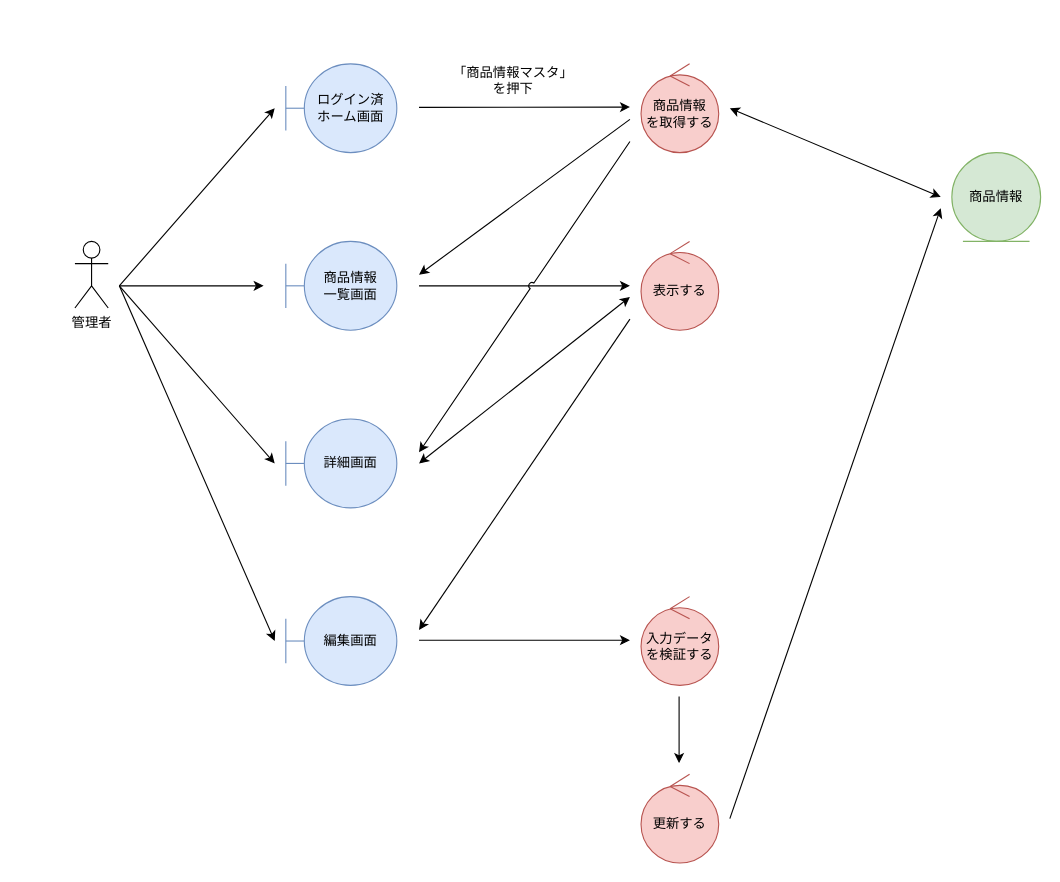
This is page "*商品情報管理_編集" (3 of 4) of 各種設計書/3ロバストネス図/マスタ管理/4.商品情報マスタ.drawio from HaruShim/Sotuken, a draw.io file, before an edit. Source tidied: cells renumbered, new cells numbered last; positions are measured from the earlier drawing's top-left corner, leaving out a move shared by most shapes. Both pictures are drawn from the tidied source at 111%, with x=0, y=0 at pixel (74, 63).
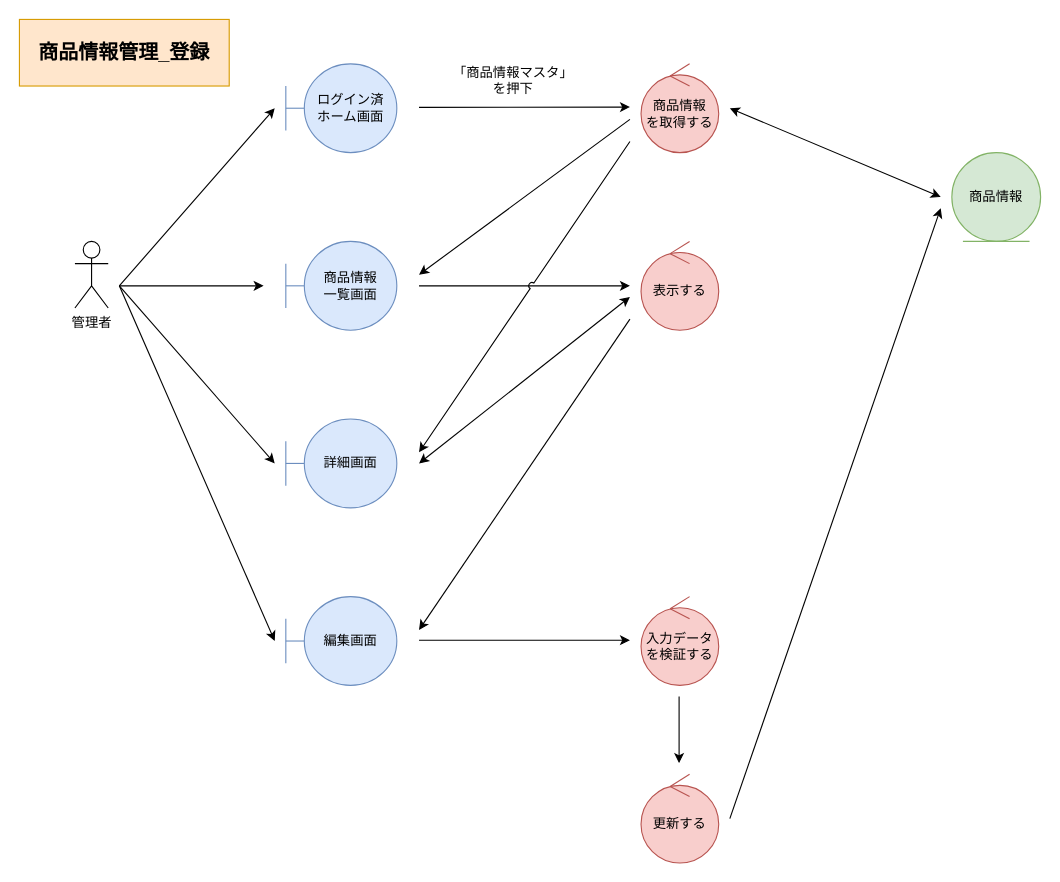
The same diagram, later.

The edit, as a diff of the source:
```diff
@@
+    <mxCell id="27" value="商品情報管理_登録" style="rounded=0;whiteSpace=wrap;html=1;fillColor=#ffe6cc;strokeColor=#d79b00;fontStyle=1;fontSize=18;" parent="1" vertex="1">
+      <mxGeometry x="-50" y="-40" width="189" height="60" as="geometry" />
+    </mxCell>
```
